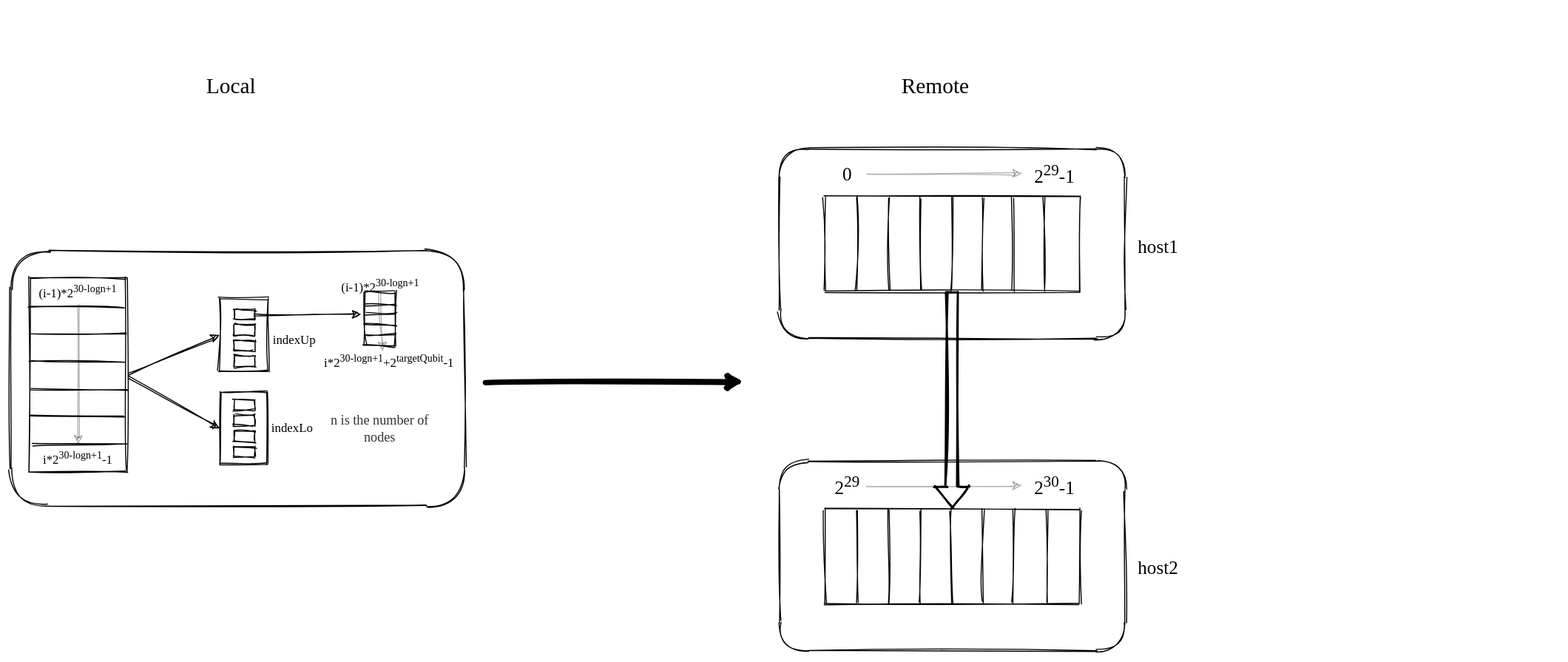
Above: ASC-内存分配以及一维拓扑.svg in Pipepw/FigureBed (draw.io), before the change. Source tidied: cells renumbered, new cells last; positions are measured from the earlier drawing's top-left corner, leaving out a move shared by most shapes.
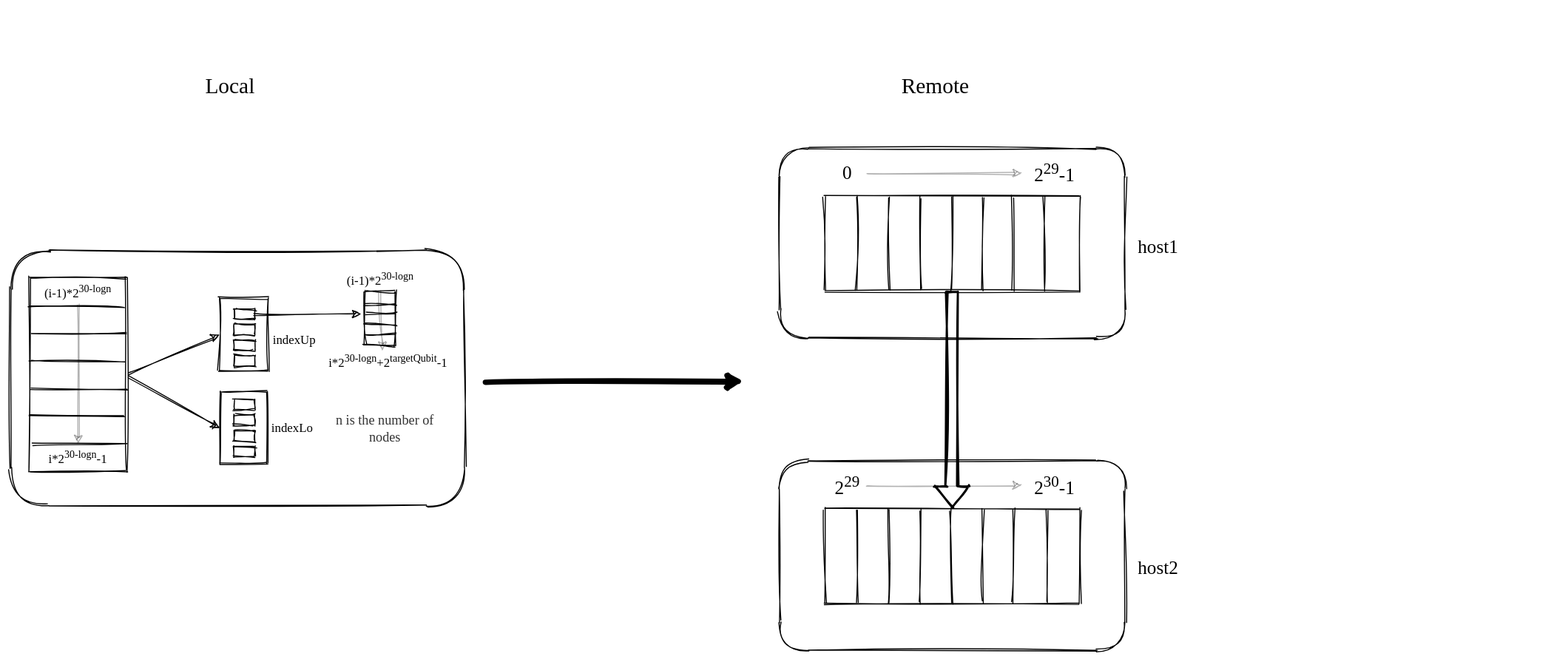
Above is the later version.

Commit message:
Added ASC-内存分配以及一维拓扑.svg

Diff of the diagram source:
```diff
@@ -56,10 +56,10 @@
         <mxPoint x="94.3" y="160.3" as="targetPoint" />
       </mxGeometry>
     </mxCell>
-    <mxCell id="15" value="i*2&lt;sup&gt;30-logn+&lt;span id=&quot;transmark&quot; style=&quot;display: none ; width: 0px ; height: 0px&quot;&gt;&lt;/span&gt;1&lt;/sup&gt;-1&lt;sup&gt;&lt;span id=&quot;transmark&quot; style=&quot;display: none ; width: 0px ; height: 0px&quot;&gt;&lt;/span&gt;&lt;/sup&gt;&lt;span id=&quot;transmark&quot; style=&quot;display: none ; width: 0px ; height: 0px&quot;&gt;-1&lt;/span&gt;&lt;span id=&quot;transmark&quot; style=&quot;display: none ; width: 0px ; height: 0px&quot;&gt;--&lt;/span&gt;&lt;span id=&quot;transmark&quot; style=&quot;display: none ; width: 0px ; height: 0px&quot;&gt;&lt;/span&gt;&lt;span id=&quot;transmark&quot; style=&quot;display: none ; width: 0px ; height: 0px&quot;&gt;&lt;/span&gt;&lt;span id=&quot;transmark&quot; style=&quot;display: none ; width: 0px ; height: 0px&quot;&gt;&lt;/span&gt;&lt;span id=&quot;transmark&quot; style=&quot;display: none ; width: 0px ; height: 0px&quot;&gt;&lt;/span&gt;&lt;span id=&quot;transmark&quot; style=&quot;display: none ; width: 0px ; height: 0px&quot;&gt;&lt;/span&gt;&lt;span id=&quot;transmark&quot; style=&quot;display: none ; width: 0px ; height: 0px&quot;&gt;&lt;/span&gt;" style="text;html=1;strokeColor=none;fillColor=none;align=center;verticalAlign=middle;whiteSpace=wrap;rounded=0;sketch=1;fontFamily=Times New Roman;" parent="7" vertex="1">
+    <mxCell id="15" value="i*2&lt;sup&gt;30-logn&lt;/sup&gt;-1&lt;sup&gt;&lt;span id=&quot;transmark&quot; style=&quot;display: none ; width: 0px ; height: 0px&quot;&gt;&lt;/span&gt;&lt;/sup&gt;&lt;span id=&quot;transmark&quot; style=&quot;display: none ; width: 0px ; height: 0px&quot;&gt;-1&lt;/span&gt;&lt;span id=&quot;transmark&quot; style=&quot;display: none ; width: 0px ; height: 0px&quot;&gt;--&lt;/span&gt;&lt;span id=&quot;transmark&quot; style=&quot;display: none ; width: 0px ; height: 0px&quot;&gt;&lt;/span&gt;&lt;span id=&quot;transmark&quot; style=&quot;display: none ; width: 0px ; height: 0px&quot;&gt;&lt;/span&gt;&lt;span id=&quot;transmark&quot; style=&quot;display: none ; width: 0px ; height: 0px&quot;&gt;&lt;/span&gt;&lt;span id=&quot;transmark&quot; style=&quot;display: none ; width: 0px ; height: 0px&quot;&gt;&lt;/span&gt;&lt;span id=&quot;transmark&quot; style=&quot;display: none ; width: 0px ; height: 0px&quot;&gt;&lt;/span&gt;&lt;span id=&quot;transmark&quot; style=&quot;display: none ; width: 0px ; height: 0px&quot;&gt;&lt;/span&gt;&lt;span id=&quot;transmark&quot; style=&quot;display: none ; width: 0px ; height: 0px&quot;&gt;&lt;/span&gt;" style="text;html=1;strokeColor=none;fillColor=none;align=center;verticalAlign=middle;whiteSpace=wrap;rounded=0;sketch=1;fontFamily=Times New Roman;" parent="7" vertex="1">
       <mxGeometry x="3.9" y="160.3" width="86.4" height="26.7" as="geometry" />
     </mxCell>
-    <mxCell id="16" value="(i-1)*2&lt;span id=&quot;transmark&quot; style=&quot;display: none ; width: 0px ; height: 0px&quot;&gt;&lt;/span&gt;&lt;sup&gt;30-logn+1&lt;/sup&gt;&lt;span id=&quot;transmark&quot; style=&quot;display: none ; width: 0px ; height: 0px&quot;&gt;&lt;/span&gt;&lt;span id=&quot;transmark&quot; style=&quot;display: none ; width: 0px ; height: 0px&quot;&gt;&lt;/span&gt;&lt;span id=&quot;transmark&quot; style=&quot;display: none ; width: 0px ; height: 0px&quot;&gt;&lt;/span&gt;&lt;span id=&quot;transmark&quot; style=&quot;display: none ; width: 0px ; height: 0px&quot;&gt;&lt;/span&gt;&lt;span id=&quot;transmark&quot; style=&quot;display: none ; width: 0px ; height: 0px&quot;&gt;&lt;/span&gt;" style="text;html=1;strokeColor=none;fillColor=none;align=center;verticalAlign=middle;whiteSpace=wrap;rounded=0;sketch=1;fontFamily=Times New Roman;" parent="7" vertex="1">
+    <mxCell id="16" value="(i-1)*2&lt;span id=&quot;transmark&quot; style=&quot;display: none ; width: 0px ; height: 0px&quot;&gt;&lt;/span&gt;&lt;sup&gt;30-logn&lt;span id=&quot;transmark&quot; style=&quot;display: none ; width: 0px ; height: 0px&quot;&gt;&lt;/span&gt;&lt;/sup&gt;&lt;span id=&quot;transmark&quot; style=&quot;display: none ; width: 0px ; height: 0px&quot;&gt;&lt;/span&gt;&lt;span id=&quot;transmark&quot; style=&quot;display: none ; width: 0px ; height: 0px&quot;&gt;&lt;/span&gt;&lt;span id=&quot;transmark&quot; style=&quot;display: none ; width: 0px ; height: 0px&quot;&gt;&lt;/span&gt;&lt;span id=&quot;transmark&quot; style=&quot;display: none ; width: 0px ; height: 0px&quot;&gt;&lt;/span&gt;&lt;span id=&quot;transmark&quot; style=&quot;display: none ; width: 0px ; height: 0px&quot;&gt;&lt;/span&gt;&lt;span id=&quot;transmark&quot; style=&quot;display: none ; width: 0px ; height: 0px&quot;&gt;&lt;/span&gt;" style="text;html=1;strokeColor=none;fillColor=none;align=center;verticalAlign=middle;whiteSpace=wrap;rounded=0;sketch=1;fontFamily=Times New Roman;" parent="7" vertex="1">
       <mxGeometry x="-7.9" width="110" height="26.7" as="geometry" />
     </mxCell>
     <mxCell id="17" style="endArrow=classic;html=1;strokeWidth=1;opacity=30;entryX=0.5;entryY=0;entryDx=0;entryDy=0;sketch=1;exitX=0.5;exitY=1;exitDx=0;exitDy=0;fontFamily=Times New Roman;" parent="7" edge="1" source="16" target="15">
@@ -109,8 +109,8 @@
     <mxCell id="31" style="rounded=0;whiteSpace=wrap;html=1;sketch=1;fontFamily=Times New Roman;" parent="1" vertex="1">
       <mxGeometry x="341.5" y="383" width="30" height="52" as="geometry" />
     </mxCell>
-    <mxCell id="32" value="(i-1)*2&lt;sup&gt;30-logn+1&lt;/sup&gt;&lt;span id=&quot;transmark&quot; style=&quot;display: none ; width: 0px ; height: 0px&quot;&gt;&lt;/span&gt;&lt;span id=&quot;transmark&quot; style=&quot;display: none ; width: 0px ; height: 0px&quot;&gt;&lt;/span&gt;" style="text;html=1;strokeColor=none;fillColor=none;align=center;verticalAlign=middle;whiteSpace=wrap;rounded=0;sketch=1;fontFamily=Times New Roman;" parent="1" vertex="1">
-      <mxGeometry x="310.8" y="371" width="91.5" height="12" as="geometry" />
+    <mxCell id="32" value="(i-1)*2&lt;sup&gt;30-logn&lt;/sup&gt;&lt;span id=&quot;transmark&quot; style=&quot;display: none ; width: 0px ; height: 0px&quot;&gt;&lt;/span&gt;&lt;span id=&quot;transmark&quot; style=&quot;display: none ; width: 0px ; height: 0px&quot;&gt;&lt;/span&gt;&lt;span id=&quot;transmark&quot; style=&quot;display: none ; width: 0px ; height: 0px&quot;&gt;&lt;/span&gt;" style="text;html=1;strokeColor=none;fillColor=none;align=center;verticalAlign=middle;whiteSpace=wrap;rounded=0;sketch=1;fontFamily=Times New Roman;" parent="1" vertex="1">
+      <mxGeometry x="310.8" y="365" width="91.5" height="12" as="geometry" />
     </mxCell>
     <mxCell id="33" style="endArrow=none;html=1;exitX=0;exitY=0.25;exitDx=0;exitDy=0;entryX=1;entryY=0.25;entryDx=0;entryDy=0;sketch=1;fontFamily=Times New Roman;" parent="1" edge="1" source="31" target="31">
       <mxGeometry relative="1" as="geometry" />
@@ -133,7 +133,7 @@
         <mxPoint x="371.5" y="415" as="targetPoint" />
       </mxGeometry>
     </mxCell>
-    <mxCell id="37" value="i*2&lt;sup&gt;30-logn+1&lt;/sup&gt;+2&lt;sup&gt;targetQubit&lt;/sup&gt;-1&lt;sup&gt;&lt;span id=&quot;transmark&quot; style=&quot;display: none ; width: 0px ; height: 0px&quot;&gt;&lt;/span&gt;&lt;/sup&gt;&lt;span id=&quot;transmark&quot; style=&quot;display: none ; width: 0px ; height: 0px&quot;&gt;&lt;/span&gt;&lt;span id=&quot;transmark&quot; style=&quot;display: none ; width: 0px ; height: 0px&quot;&gt;&lt;/span&gt;&lt;span id=&quot;transmark&quot; style=&quot;display: none ; width: 0px ; height: 0px&quot;&gt;&lt;/span&gt;&lt;span id=&quot;transmark&quot; style=&quot;display: none ; width: 0px ; height: 0px&quot;&gt;&lt;/span&gt;&lt;span id=&quot;transmark&quot; style=&quot;display: none ; width: 0px ; height: 0px&quot;&gt;&lt;/span&gt;&lt;span id=&quot;transmark&quot; style=&quot;display: none ; width: 0px ; height: 0px&quot;&gt;&lt;/span&gt;" style="text;html=1;strokeColor=none;fillColor=none;align=center;verticalAlign=middle;whiteSpace=wrap;rounded=0;sketch=1;fontFamily=Times New Roman;" parent="1" vertex="1">
+    <mxCell id="37" value="i*2&lt;sup&gt;30-logn&lt;span id=&quot;transmark&quot; style=&quot;display: none ; width: 0px ; height: 0px&quot;&gt;&lt;/span&gt;&lt;/sup&gt;+2&lt;sup&gt;targetQubit&lt;/sup&gt;-1&lt;sup&gt;&lt;span id=&quot;transmark&quot; style=&quot;display: none ; width: 0px ; height: 0px&quot;&gt;&lt;/span&gt;&lt;/sup&gt;&lt;span id=&quot;transmark&quot; style=&quot;display: none ; width: 0px ; height: 0px&quot;&gt;&lt;/span&gt;&lt;span id=&quot;transmark&quot; style=&quot;display: none ; width: 0px ; height: 0px&quot;&gt;&lt;/span&gt;&lt;span id=&quot;transmark&quot; style=&quot;display: none ; width: 0px ; height: 0px&quot;&gt;&lt;/span&gt;&lt;span id=&quot;transmark&quot; style=&quot;display: none ; width: 0px ; height: 0px&quot;&gt;&lt;/span&gt;&lt;span id=&quot;transmark&quot; style=&quot;display: none ; width: 0px ; height: 0px&quot;&gt;&lt;/span&gt;&lt;span id=&quot;transmark&quot; style=&quot;display: none ; width: 0px ; height: 0px&quot;&gt;&lt;/span&gt;&lt;span id=&quot;transmark&quot; style=&quot;display: none ; width: 0px ; height: 0px&quot;&gt;&lt;/span&gt;" style="text;html=1;strokeColor=none;fillColor=none;align=center;verticalAlign=middle;whiteSpace=wrap;rounded=0;sketch=1;fontFamily=Times New Roman;" parent="1" vertex="1">
       <mxGeometry x="291.5" y="440" width="146.5" height="20" as="geometry" />
     </mxCell>
     <mxCell id="38" value="&lt;font style=&quot;font-size: 21px&quot;&gt;Local&lt;/font&gt;" style="text;html=1;strokeColor=none;fillColor=none;align=center;verticalAlign=middle;whiteSpace=wrap;rounded=0;sketch=1;fontFamily=Times New Roman;" parent="1" vertex="1">
@@ -152,7 +152,7 @@
       <mxGeometry relative="1" as="geometry" />
     </mxCell>
     <mxCell id="42" value="&lt;span style=&quot;color: rgb(51, 51, 51); font-size: 13px; font-style: normal; font-weight: 400; letter-spacing: normal; text-indent: 0px; text-transform: none; word-spacing: 0px; display: inline; float: none;&quot;&gt;n&lt;span id=&quot;transmark&quot; style=&quot;display: none ; width: 0px ; height: 0px&quot;&gt;&lt;/span&gt;&lt;span id=&quot;transmark&quot; style=&quot;display: none ; width: 0px ; height: 0px&quot;&gt;&lt;/span&gt; is the number of nodes&lt;/span&gt;&lt;span id=&quot;transmark&quot; style=&quot;display: none ; width: 0px ; height: 0px&quot;&gt;&lt;/span&gt;&lt;span id=&quot;transmark&quot; style=&quot;display: none ; width: 0px ; height: 0px&quot;&gt;&lt;/span&gt;&lt;span id=&quot;transmark&quot; style=&quot;display: none ; width: 0px ; height: 0px&quot;&gt;&lt;/span&gt;" style="text;html=1;strokeColor=none;fillColor=none;align=center;verticalAlign=middle;whiteSpace=wrap;rounded=0;shadow=0;sketch=1;fontFamily=Times New Roman;" parent="1" vertex="1">
-      <mxGeometry x="306" y="499.2" width="101" height="32" as="geometry" />
+      <mxGeometry x="310.8" y="499" width="101" height="32" as="geometry" />
     </mxCell>
     <mxCell id="43" style="group;sketch=1;rotation=-90;fontFamily=Times New Roman;" parent="1" vertex="1">
       <mxGeometry x="1228" width="152.5" height="377" as="geometry" />
```
